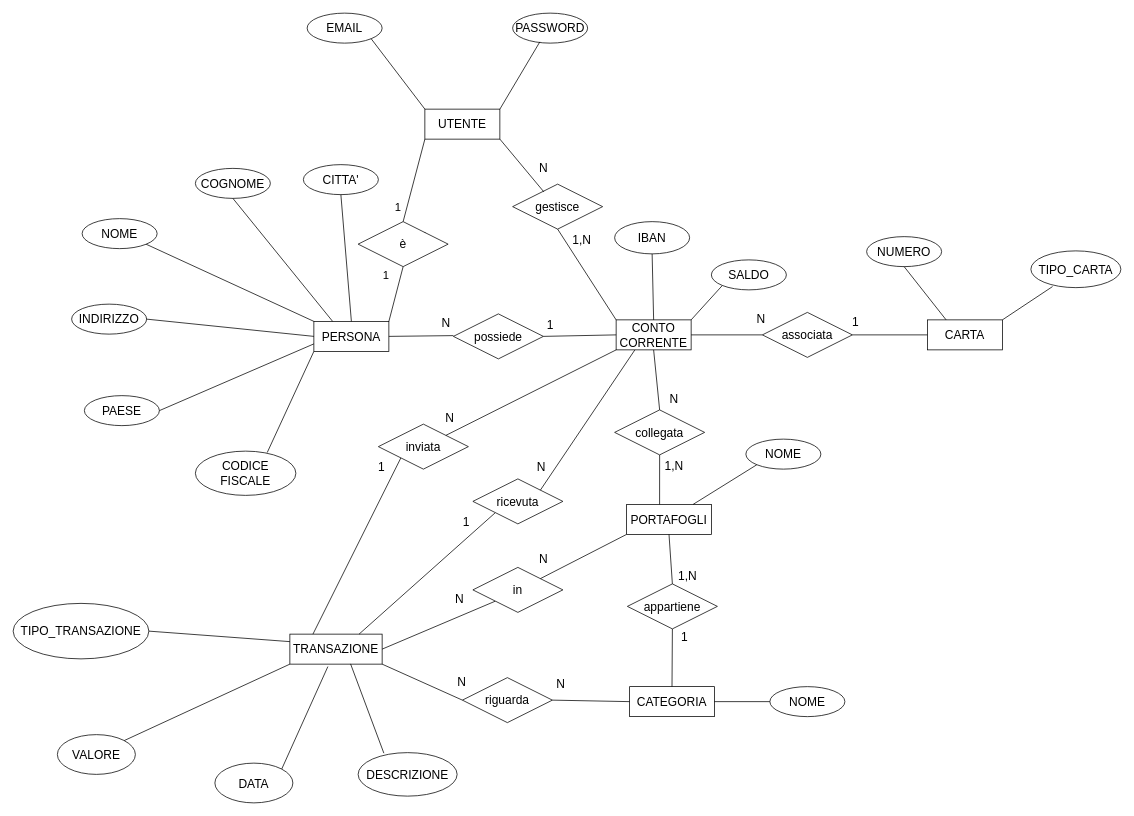
The draw.io diagram progettazione_base_dati/Diagramma_ER_PostRicevimento.drawio in gcrbr/SavingMoneyUnina, before the edit. Source tidied: cells renumbered, new cells numbered last; positions are measured from the earlier drawing's top-left corner, leaving out a move shared by most shapes. Both pictures are drawn from the tidied source at 75%, with x=0, y=0 at pixel (13, 13).
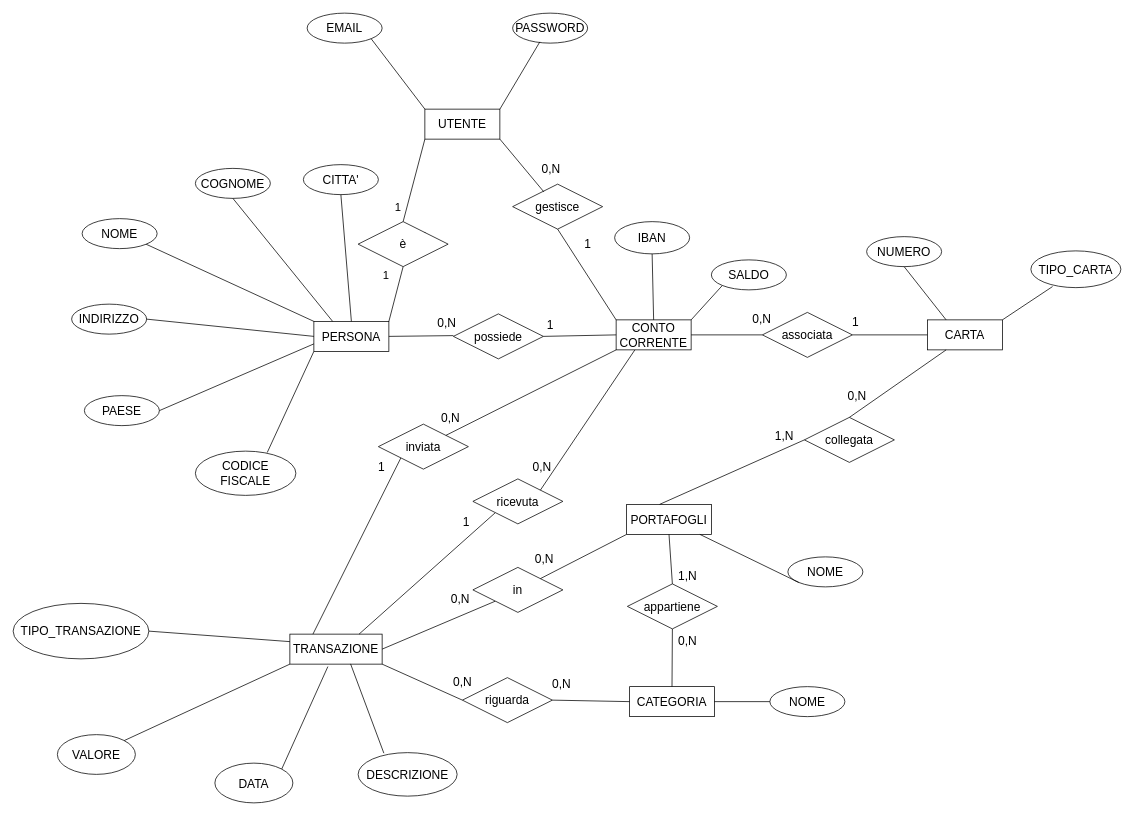
The same diagram, later.

Unchanged cells that the change refers to:
```xml
<mxCell id="2" value="&lt;font style=&quot;font-size: 16px;&quot;&gt;CONTO CORRENTE&lt;/font&gt;" style="whiteSpace=wrap;html=1;align=center;" parent="1" vertex="1">
  <mxGeometry x="804" y="409" width="100" height="40" as="geometry" />
</mxCell>
<mxCell id="5" value="&lt;font style=&quot;font-size: 16px;&quot;&gt;CARTA&lt;/font&gt;" style="whiteSpace=wrap;html=1;align=center;" parent="1" vertex="1">
  <mxGeometry x="1219" y="409" width="100" height="40" as="geometry" />
</mxCell>
<mxCell id="7" value="&lt;font style=&quot;font-size: 16px;&quot;&gt;PORTAFOGLI&lt;/font&gt;" style="whiteSpace=wrap;html=1;align=center;" parent="1" vertex="1">
  <mxGeometry x="818" y="655" width="113" height="40" as="geometry" />
</mxCell>
```

Change to the diagram source:
```diff
@@
-    <mxCell id="13" style="endArrow=none;html=1;rounded=0;entryX=0.389;entryY=0;entryDx=0;entryDy=0;entryPerimeter=0;exitX=0.5;exitY=1;exitDx=0;exitDy=0;" parent="1" edge="1" source="88" target="7">
+    <mxCell id="13" style="endArrow=none;html=1;rounded=0;entryX=0.389;entryY=0;entryDx=0;entryDy=0;entryPerimeter=0;exitX=0;exitY=0.5;exitDx=0;exitDy=0;" parent="1" edge="1" source="88" target="7">
       <mxGeometry relative="1" as="geometry" />
     </mxCell>
@@
     <mxCell id="41" value="&lt;span style=&quot;font-size: 16px;&quot;&gt;NOME&lt;/span&gt;" style="ellipse;whiteSpace=wrap;html=1;align=center;" parent="1" vertex="1">
-      <mxGeometry x="977" y="568" width="100" height="40" as="geometry" />
+      <mxGeometry x="1033" y="725" width="100" height="40" as="geometry" />
     </mxCell>
@@
-    <mxCell id="60" value="&lt;font style=&quot;font-size: 16px;&quot;&gt;N&lt;/font&gt;" style="text;html=1;align=center;verticalAlign=middle;strokeColor=none;fillColor=none;" parent="1" vertex="1">
-      <mxGeometry x="692" y="190" width="30" height="31" as="geometry" />
+    <mxCell id="60" value="&lt;font style=&quot;font-size: 16px;&quot;&gt;1&lt;/font&gt;" style="text;html=1;align=center;verticalAlign=middle;strokeColor=none;fillColor=none;" parent="1" vertex="1">
+      <mxGeometry x="752" y="292.5" width="27" height="31" as="geometry" />
     </mxCell>
-    <mxCell id="61" value="&lt;font style=&quot;font-size: 16px;&quot;&gt;1,N&lt;/font&gt;" style="text;html=1;align=center;verticalAlign=middle;strokeColor=none;fillColor=none;" parent="1" vertex="1">
-      <mxGeometry x="736" y="286" width="43" height="31" as="geometry" />
+    <mxCell id="61" value="&lt;span style=&quot;font-size: 16px;&quot;&gt;0,N&lt;/span&gt;" style="text;html=1;align=center;verticalAlign=middle;strokeColor=none;fillColor=none;" parent="1" vertex="1">
+      <mxGeometry x="695.5" y="191" width="43" height="31" as="geometry" />
     </mxCell>
@@
-    <mxCell id="64" value="&lt;font style=&quot;font-size: 16px;&quot;&gt;N&lt;/font&gt;" style="text;html=1;align=center;verticalAlign=middle;strokeColor=none;fillColor=none;" parent="1" vertex="1">
-      <mxGeometry x="562" y="397" width="30" height="31" as="geometry" />
+    <mxCell id="64" value="&lt;font style=&quot;font-size: 16px;&quot;&gt;0,N&lt;/font&gt;" style="text;html=1;align=center;verticalAlign=middle;strokeColor=none;fillColor=none;" parent="1" vertex="1">
+      <mxGeometry x="556" y="397" width="43" height="31" as="geometry" />
     </mxCell>
@@
-    <mxCell id="69" value="&lt;font style=&quot;font-size: 16px;&quot;&gt;N&lt;/font&gt;" style="text;html=1;align=center;verticalAlign=middle;strokeColor=none;fillColor=none;" parent="1" vertex="1">
-      <mxGeometry x="567" y="523" width="30" height="31" as="geometry" />
+    <mxCell id="69" value="&lt;font style=&quot;font-size: 16px;&quot;&gt;0,N&lt;/font&gt;" style="text;html=1;align=center;verticalAlign=middle;strokeColor=none;fillColor=none;" parent="1" vertex="1">
+      <mxGeometry x="561" y="523" width="43" height="31" as="geometry" />
     </mxCell>
@@
-    <mxCell id="74" value="&lt;font style=&quot;font-size: 16px;&quot;&gt;N&lt;/font&gt;" style="text;html=1;align=center;verticalAlign=middle;strokeColor=none;fillColor=none;" parent="1" vertex="1">
-      <mxGeometry x="689" y="589" width="30" height="31" as="geometry" />
+    <mxCell id="74" value="&lt;font style=&quot;font-size: 16px;&quot;&gt;0,N&lt;/font&gt;" style="text;html=1;align=center;verticalAlign=middle;strokeColor=none;fillColor=none;" parent="1" vertex="1">
+      <mxGeometry x="683" y="589" width="43" height="31" as="geometry" />
     </mxCell>
@@
-    <mxCell id="78" value="&lt;font style=&quot;font-size: 16px;&quot;&gt;N&lt;/font&gt;" style="text;html=1;align=center;verticalAlign=middle;strokeColor=none;fillColor=none;" parent="1" vertex="1">
-      <mxGeometry x="692" y="712" width="30" height="31" as="geometry" />
+    <mxCell id="78" value="&lt;font style=&quot;font-size: 16px;&quot;&gt;0,N&lt;/font&gt;" style="text;html=1;align=center;verticalAlign=middle;strokeColor=none;fillColor=none;" parent="1" vertex="1">
+      <mxGeometry x="686" y="712" width="43" height="31" as="geometry" />
     </mxCell>
-    <mxCell id="79" value="&lt;font style=&quot;font-size: 16px;&quot;&gt;N&lt;/font&gt;" style="text;html=1;align=center;verticalAlign=middle;strokeColor=none;fillColor=none;" parent="1" vertex="1">
-      <mxGeometry x="580" y="765" width="30" height="31" as="geometry" />
+    <mxCell id="79" value="&lt;font style=&quot;font-size: 16px;&quot;&gt;0,N&lt;/font&gt;" style="text;html=1;align=center;verticalAlign=middle;strokeColor=none;fillColor=none;" parent="1" vertex="1">
+      <mxGeometry x="574" y="765" width="43" height="31" as="geometry" />
     </mxCell>
@@
-    <mxCell id="82" value="&lt;font style=&quot;font-size: 16px;&quot;&gt;N&lt;/font&gt;" style="text;html=1;align=center;verticalAlign=middle;strokeColor=none;fillColor=none;" parent="1" vertex="1">
-      <mxGeometry x="583" y="875" width="30" height="31" as="geometry" />
+    <mxCell id="82" value="&lt;font style=&quot;font-size: 16px;&quot;&gt;0,N&lt;/font&gt;" style="text;html=1;align=center;verticalAlign=middle;strokeColor=none;fillColor=none;" parent="1" vertex="1">
+      <mxGeometry x="577" y="875" width="43" height="31" as="geometry" />
     </mxCell>
-    <mxCell id="83" value="&lt;font style=&quot;font-size: 16px;&quot;&gt;N&lt;/font&gt;" style="text;html=1;align=center;verticalAlign=middle;strokeColor=none;fillColor=none;" parent="1" vertex="1">
-      <mxGeometry x="715" y="878" width="30" height="31" as="geometry" />
+    <mxCell id="83" value="&lt;font style=&quot;font-size: 16px;&quot;&gt;0,N&lt;/font&gt;" style="text;html=1;align=center;verticalAlign=middle;strokeColor=none;fillColor=none;" parent="1" vertex="1">
+      <mxGeometry x="709" y="878" width="43" height="31" as="geometry" />
     </mxCell>
@@
-    <mxCell id="87" value="&lt;font style=&quot;font-size: 16px;&quot;&gt;1&lt;/font&gt;" style="text;html=1;align=center;verticalAlign=middle;strokeColor=none;fillColor=none;" parent="1" vertex="1">
-      <mxGeometry x="881" y="816" width="27" height="31" as="geometry" />
+    <mxCell id="87" value="&lt;font style=&quot;font-size: 16px;&quot;&gt;0,N&lt;/font&gt;" style="text;html=1;align=center;verticalAlign=middle;strokeColor=none;fillColor=none;" parent="1" vertex="1">
+      <mxGeometry x="877" y="821" width="43" height="31" as="geometry" />
     </mxCell>
     <mxCell id="88" value="&lt;span style=&quot;font-size: 16px;&quot;&gt;collegata&lt;/span&gt;" style="shape=rhombus;perimeter=rhombusPerimeter;whiteSpace=wrap;html=1;align=center;" parent="1" vertex="1">
-      <mxGeometry x="802" y="529" width="120" height="60" as="geometry" />
+      <mxGeometry x="1055" y="539" width="120" height="60" as="geometry" />
     </mxCell>
-    <mxCell id="89" style="endArrow=none;html=1;rounded=0;entryX=0.5;entryY=0;entryDx=0;entryDy=0;exitX=0.5;exitY=1;exitDx=0;exitDy=0;" parent="1" edge="1" source="2" target="88">
-      <mxGeometry relative="1" as="geometry" />
-    </mxCell>
-    <mxCell id="90" value="&lt;font style=&quot;font-size: 16px;&quot;&gt;N&lt;/font&gt;" style="text;html=1;align=center;verticalAlign=middle;strokeColor=none;fillColor=none;" parent="1" vertex="1">
-      <mxGeometry x="865.5" y="498" width="30" height="31" as="geometry" />
+    <mxCell id="90" value="&lt;font style=&quot;font-size: 16px;&quot;&gt;0,N&lt;/font&gt;" style="text;html=1;align=center;verticalAlign=middle;strokeColor=none;fillColor=none;" parent="1" vertex="1">
+      <mxGeometry x="1103" y="494" width="43" height="31" as="geometry" />
     </mxCell>
     <mxCell id="91" value="&lt;font style=&quot;font-size: 16px;&quot;&gt;1,N&lt;/font&gt;" style="text;html=1;align=center;verticalAlign=middle;strokeColor=none;fillColor=none;" parent="1" vertex="1">
-      <mxGeometry x="859" y="587" width="43" height="31" as="geometry" />
+      <mxGeometry x="1006" y="548" width="43" height="31" as="geometry" />
     </mxCell>
@@
-    <mxCell id="95" value="&lt;font style=&quot;font-size: 16px;&quot;&gt;N&lt;/font&gt;" style="text;html=1;align=center;verticalAlign=middle;strokeColor=none;fillColor=none;" parent="1" vertex="1">
-      <mxGeometry x="982" y="392.5" width="30" height="31" as="geometry" />
+    <mxCell id="95" value="&lt;font style=&quot;font-size: 16px;&quot;&gt;0,N&lt;/font&gt;" style="text;html=1;align=center;verticalAlign=middle;strokeColor=none;fillColor=none;" parent="1" vertex="1">
+      <mxGeometry x="976" y="392.5" width="43" height="31" as="geometry" />
     </mxCell>
+    <mxCell id="96" style="endArrow=none;html=1;rounded=0;entryX=0.5;entryY=0;entryDx=0;entryDy=0;exitX=0.25;exitY=1;exitDx=0;exitDy=0;" parent="1" edge="1" source="5" target="88">
+      <mxGeometry relative="1" as="geometry" />
+    </mxCell>
```
